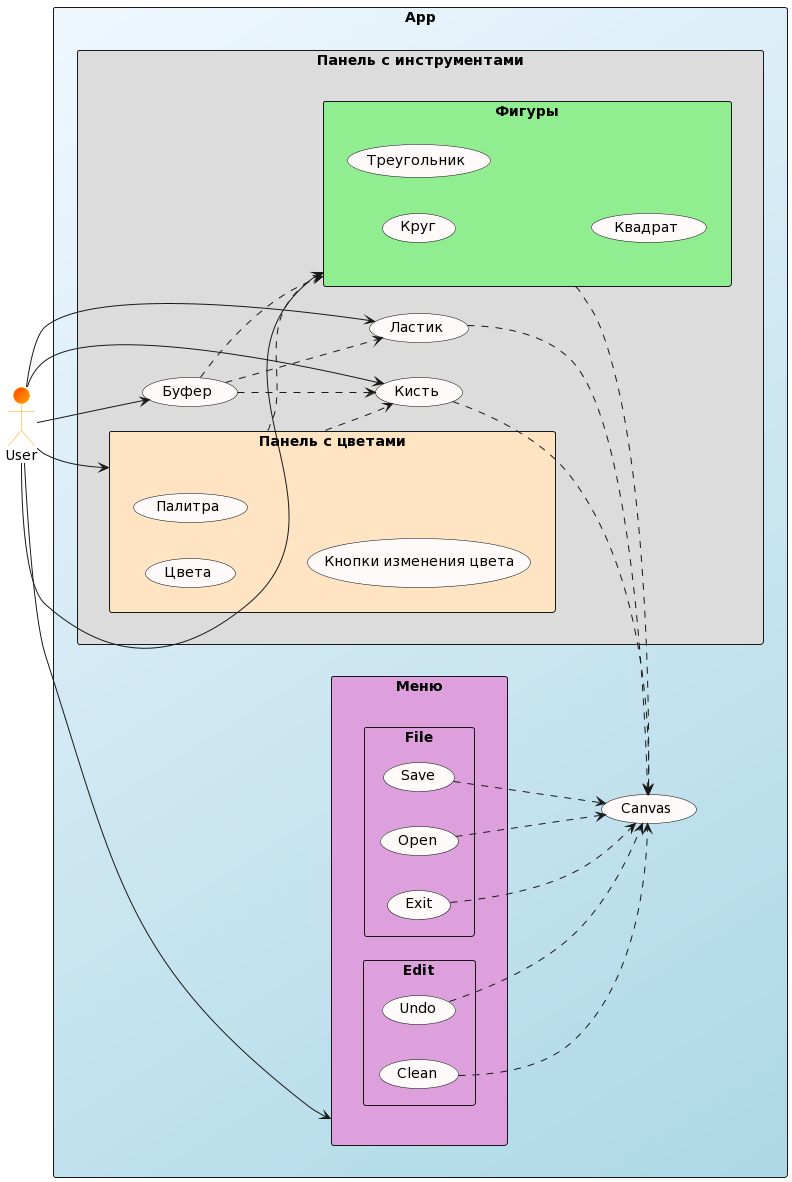
UnVeh/reposit keeps this PlantUML diagram as diagrams/funct.png. Above is the earlier version.
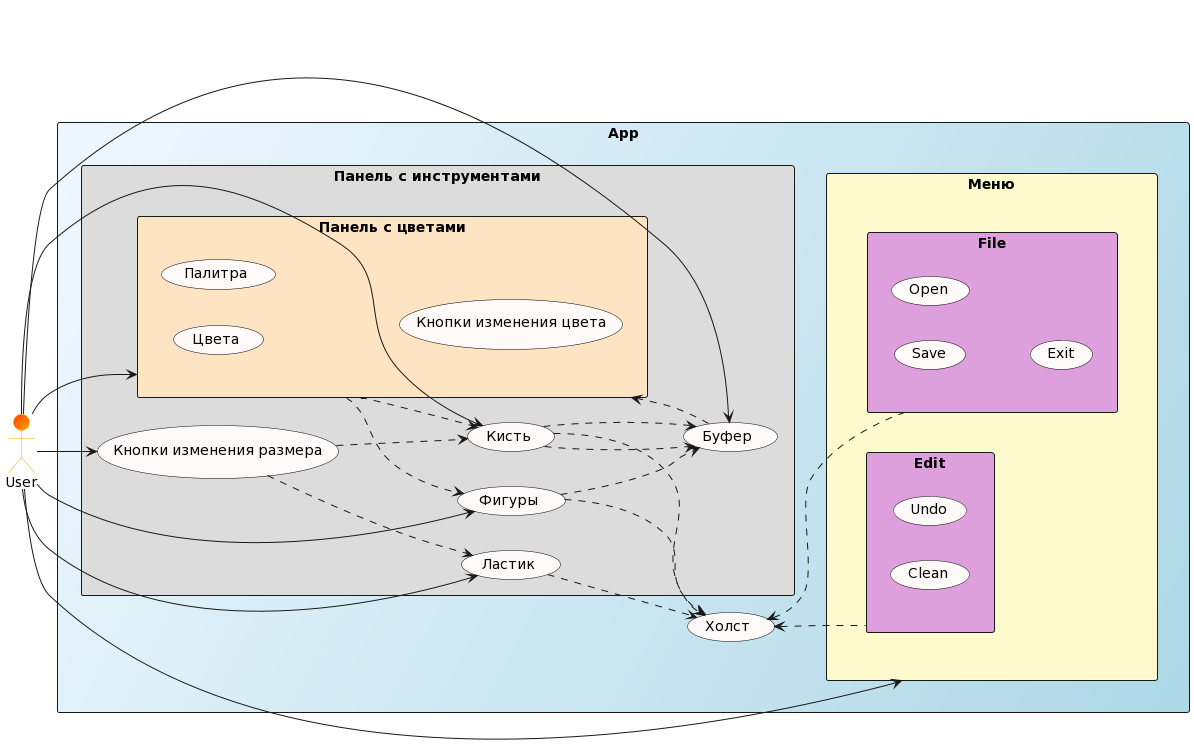
Above is the later version.

The edit, as a diff of the source:
```diff
@@ -16,16 +16,37 @@
 actor User as User
 
 rectangle App #AliceBlue/LightBlue {
-    usecase Canvas
+    usecase "Холст" as Canvas
+rectangle "Меню" #LemonChiffon{
+rectangle File #Plum {
+    usecase Save
+    usecase Open
+    usecase Exit
+
+    Canvas <.. File
+    User --> "Меню"
+}
+
+rectangle Edit #Plum {
+    usecase Undo
+    usecase Clean
+
+    Canvas <.. Edit
+}
+
+}
 
 rectangle "Панель с инструментами" as ins #Gainsboro{
 rectangle "Панель с цветами" as col #Bisque {
     usecase "Цвета"
     usecase "Палитра" as pal
     usecase "Кнопки изменения цвета"
+
+
     User --> col
 }
-
+    usecase "Кнопки изменения размера" as ch
+    usecase "Фигуры" as f
     usecase "Ластик" as eraser
     usecase "Кисть" as brush
     usecase "Буфер" as bf
@@ -33,46 +54,20 @@
     User --> eraser
     User --> brush
     User --> bf
+    User --> f
+    User --> ch
+    col ..> f
+    ch ..> brush
+    ch ..> eraser
+    f ..> bf
     col ..> brush
-    col ..> "Фигуры"
+    f ..> Canvas
+
     eraser ..> Canvas
     brush ..> Canvas
-    bf ..> brush
-    bf ..> eraser
-    bf ..> "Фигуры"
-
-}
-
-rectangle "Фигуры" #LightGreen {
-    usecase "Круг" as el
-    usecase "Треугольник" as tr
-    usecase "Квадрат" as sq
-    "Фигуры" ..> Canvas
-    User --> "Фигуры"
-
-
-}
-
-rectangle "Меню" #Plum{
-rectangle File {
-    usecase Save
-    usecase Open
-    usecase Exit
-
-    Open ..> Canvas
-    Save ..> Canvas
-    Exit ..> Canvas
-    User --> "Меню"
-}
-
-rectangle Edit {
-    usecase Undo
-    usecase Clean
-
-    Undo ..> Canvas
-    Clean ..> Canvas
-}
-
+    brush ..> bf
+    brush ..> bf
+    bf ..> col
 }
 }
 @enduml
```
